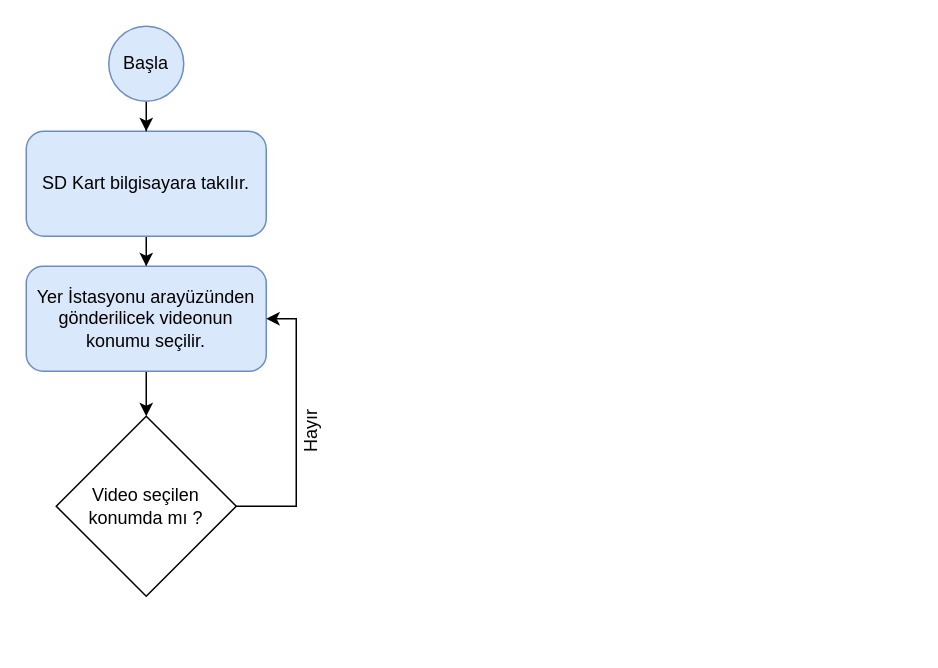
The draw.io diagram Model Satellite Diagrams/Video-Transmitting.drawio in mthaasen/My-Diagrams, before the edit. Source tidied: cells renumbered, new cells numbered last; positions are measured from the earlier drawing's top-left corner, leaving out a move shared by most shapes. Both pictures are drawn from the tidied source at 150%, with x=0, y=0 at pixel (26, 26).
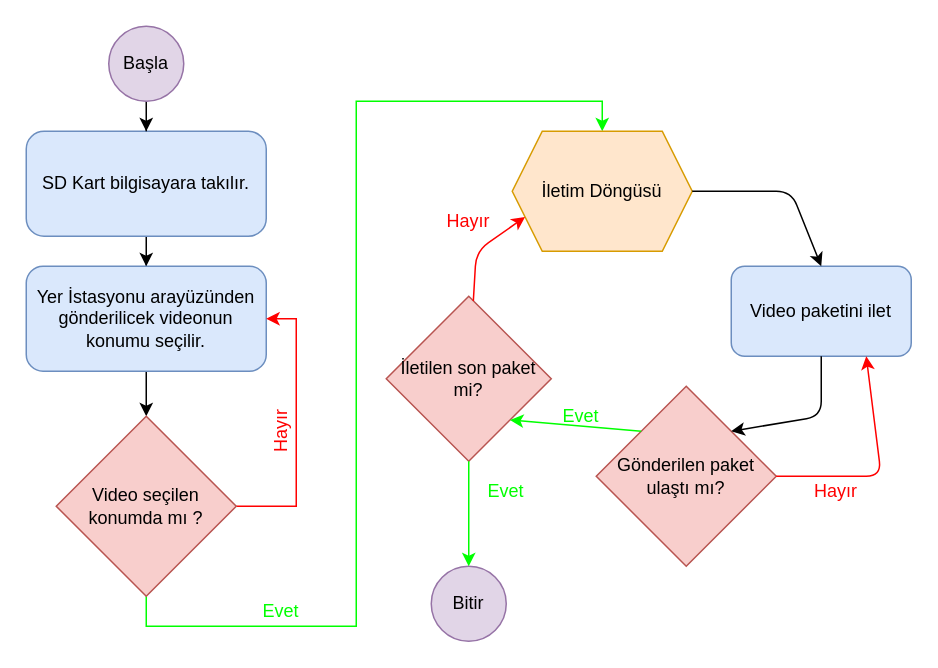
The same diagram, later.

The change refers to these unchanged cells:
```xml
<mxCell id="5" value="Yer İstasyonu arayüzünden gönderilicek videonun konumu seçilir." style="rounded=1;whiteSpace=wrap;html=1;arcSize=16;fillColor=#dae8fc;strokeColor=#6c8ebf;" parent="1" vertex="1">
  <mxGeometry y="160" width="160" height="70" as="geometry" />
</mxCell>
```

Diff of the diagram source:
```diff
@@
-    <mxCell id="6" style="edgeStyle=orthogonalEdgeStyle;rounded=0;jettySize=auto;html=1;entryX=1;entryY=0.5;entryDx=0;entryDy=0;" parent="1" edge="1" source="7" target="5">
+    <mxCell id="6" style="edgeStyle=orthogonalEdgeStyle;rounded=0;jettySize=auto;html=1;entryX=1;entryY=0.5;entryDx=0;entryDy=0;fillColor=#f8cecc;strokeColor=#FF0000;" parent="1" edge="1" source="7" target="5">
       <mxGeometry relative="1" as="geometry">
         <Array as="points">
           <mxPoint x="180" y="320" />
           <mxPoint x="180" y="195" />
         </Array>
       </mxGeometry>
     </mxCell>
+    <mxCell id="11" style="edgeStyle=orthogonalEdgeStyle;rounded=0;jettySize=auto;html=1;entryX=0.5;entryY=0;entryDx=0;entryDy=0;strokeColor=#00FF00;" parent="1" edge="1" source="7" target="14">
+      <mxGeometry relative="1" as="geometry">
+        <Array as="points">
+          <mxPoint x="80" y="400" />
+          <mxPoint x="220" y="400" />
+          <mxPoint x="220" y="50" />
+          <mxPoint x="384" y="50" />
+        </Array>
+      </mxGeometry>
+    </mxCell>
-    <mxCell id="7" value="Video seçilen konumda mı ?" style="rhombus;whiteSpace=wrap;html=1;" parent="1" vertex="1">
+    <mxCell id="7" value="Video seçilen konumda mı ?" style="rhombus;whiteSpace=wrap;html=1;fillColor=#f8cecc;strokeColor=#b85450;" parent="1" vertex="1">
       <mxGeometry x="20" y="260" width="120" height="120" as="geometry" />
     </mxCell>
-    <mxCell id="8" value="Hayır" style="text;html=1;strokeColor=none;fillColor=none;align=center;verticalAlign=middle;whiteSpace=wrap;rounded=0;rotation=-90;" parent="1" vertex="1">
-      <mxGeometry x="170" y="260" width="40" height="20" as="geometry" />
+    <mxCell id="8" value="&lt;font color=&quot;#ff0000&quot;&gt;Hayır&lt;/font&gt;" style="text;html=1;strokeColor=none;fillColor=none;align=center;verticalAlign=middle;whiteSpace=wrap;rounded=0;rotation=-90;" parent="1" vertex="1">
+      <mxGeometry x="150" y="260" width="40" height="20" as="geometry" />
     </mxCell>
@@
-    <mxCell id="10" value="Başla" style="ellipse;whiteSpace=wrap;html=1;fillColor=#dae8fc;strokeColor=#6c8ebf;" parent="1" vertex="1">
+    <mxCell id="10" value="Başla" style="ellipse;whiteSpace=wrap;html=1;fillColor=#e1d5e7;strokeColor=#9673a6;" parent="1" vertex="1">
       <mxGeometry x="55" width="50" height="50" as="geometry" />
     </mxCell>
+    <mxCell id="12" value="Video paketini ilet" style="rounded=1;whiteSpace=wrap;html=1;fillColor=#dae8fc;strokeColor=#6c8ebf;" parent="1" vertex="1">
+      <mxGeometry x="470" y="160" width="120" height="60" as="geometry" />
+    </mxCell>
+    <mxCell id="13" value="&lt;font color=&quot;#00ff00&quot;&gt;Evet&lt;/font&gt;" style="text;html=1;strokeColor=none;fillColor=none;align=center;verticalAlign=middle;whiteSpace=wrap;rounded=0;" parent="1" vertex="1">
+      <mxGeometry x="150" y="380" width="40" height="20" as="geometry" />
+    </mxCell>
+    <mxCell id="14" value="İletim Döngüsü" style="shape=hexagon;perimeter=hexagonPerimeter2;whiteSpace=wrap;html=1;fixedSize=1;fillColor=#ffe6cc;strokeColor=#d79b00;" parent="1" vertex="1">
+      <mxGeometry x="324" y="70" width="120" height="80" as="geometry" />
+    </mxCell>
+    <mxCell id="15" value="Gönderilen paket ulaştı mı?" style="rhombus;whiteSpace=wrap;html=1;fillColor=#f8cecc;strokeColor=#b85450;" parent="1" vertex="1">
+      <mxGeometry x="380" y="240" width="120" height="120" as="geometry" />
+    </mxCell>
+    <mxCell id="16" value="İletilen son paket mi?" style="rhombus;whiteSpace=wrap;html=1;fillColor=#f8cecc;strokeColor=#b85450;" parent="1" vertex="1">
+      <mxGeometry x="240" y="180" width="110" height="110" as="geometry" />
+    </mxCell>
+    <mxCell id="17" style="endArrow=classic;html=1;exitX=1;exitY=0.5;exitDx=0;exitDy=0;entryX=0.5;entryY=0;entryDx=0;entryDy=0;" parent="1" edge="1" source="14" target="12">
+      <mxGeometry relative="1" as="geometry">
+        <Array as="points">
+          <mxPoint x="510" y="110" />
+        </Array>
+      </mxGeometry>
+    </mxCell>
+    <mxCell id="18" style="endArrow=classic;html=1;exitX=0.5;exitY=1;exitDx=0;exitDy=0;entryX=1;entryY=0;entryDx=0;entryDy=0;" parent="1" edge="1" source="12" target="15">
+      <mxGeometry relative="1" as="geometry">
+        <Array as="points">
+          <mxPoint x="530" y="260" />
+        </Array>
+      </mxGeometry>
+    </mxCell>
+    <mxCell id="19" style="endArrow=classic;html=1;exitX=0;exitY=0;exitDx=0;exitDy=0;entryX=1;entryY=1;entryDx=0;entryDy=0;strokeColor=#00FF00;" parent="1" edge="1" source="15" target="16">
+      <mxGeometry relative="1" as="geometry" />
+    </mxCell>
+    <mxCell id="20" value="&lt;font color=&quot;#00ff00&quot;&gt;Evet&lt;/font&gt;" style="text;html=1;strokeColor=none;fillColor=none;align=center;verticalAlign=middle;whiteSpace=wrap;rounded=0;" parent="1" vertex="1">
+      <mxGeometry x="350" y="250" width="40" height="20" as="geometry" />
+    </mxCell>
+    <mxCell id="21" style="endArrow=classic;html=1;entryX=0;entryY=0.75;entryDx=0;entryDy=0;strokeColor=#FF0000;" parent="1" edge="1" source="16" target="14">
+      <mxGeometry relative="1" as="geometry">
+        <Array as="points">
+          <mxPoint x="300" y="150" />
+        </Array>
+      </mxGeometry>
+    </mxCell>
+    <mxCell id="22" value="&lt;font color=&quot;#ff0000&quot;&gt;Hayır&lt;/font&gt;" style="text;html=1;strokeColor=none;fillColor=none;align=center;verticalAlign=middle;whiteSpace=wrap;rounded=0;" parent="1" vertex="1">
+      <mxGeometry x="275" y="120" width="40" height="20" as="geometry" />
+    </mxCell>
+    <mxCell id="23" style="endArrow=classic;html=1;strokeColor=#FF0000;exitX=1;exitY=0.5;exitDx=0;exitDy=0;entryX=0.75;entryY=1;entryDx=0;entryDy=0;" parent="1" edge="1" source="15" target="12">
+      <mxGeometry relative="1" as="geometry">
+        <Array as="points">
+          <mxPoint x="570" y="300" />
+        </Array>
+      </mxGeometry>
+    </mxCell>
+    <mxCell id="24" value="&lt;font color=&quot;#ff0000&quot;&gt;Hayır&lt;/font&gt;" style="text;html=1;strokeColor=none;fillColor=none;align=center;verticalAlign=middle;whiteSpace=wrap;rounded=0;" parent="1" vertex="1">
+      <mxGeometry x="520" y="300" width="40" height="20" as="geometry" />
+    </mxCell>
+    <mxCell id="25" value="Bitir" style="ellipse;whiteSpace=wrap;html=1;fillColor=#e1d5e7;strokeColor=#9673a6;" parent="1" vertex="1">
+      <mxGeometry x="270" y="360" width="50" height="50" as="geometry" />
+    </mxCell>
+    <mxCell id="26" style="endArrow=classic;html=1;exitX=0.5;exitY=1;exitDx=0;exitDy=0;entryX=0.5;entryY=0;entryDx=0;entryDy=0;strokeColor=#00FF00;" parent="1" edge="1" source="16" target="25">
+      <mxGeometry relative="1" as="geometry" />
+    </mxCell>
+    <mxCell id="27" value="&lt;font color=&quot;#00ff00&quot;&gt;Evet&lt;/font&gt;" style="text;html=1;strokeColor=none;fillColor=none;align=center;verticalAlign=middle;whiteSpace=wrap;rounded=0;" parent="1" vertex="1">
+      <mxGeometry x="300" y="300" width="40" height="20" as="geometry" />
+    </mxCell>
```
